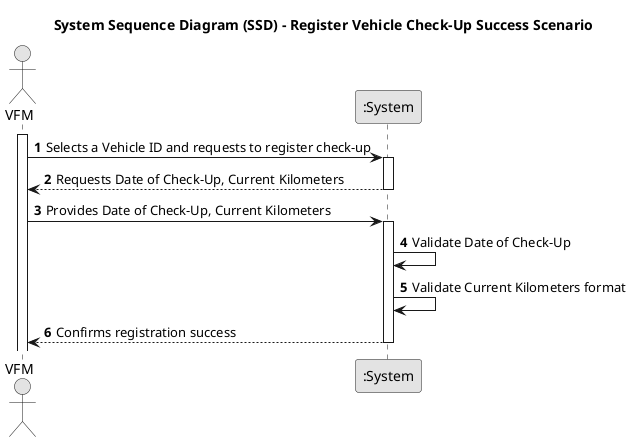
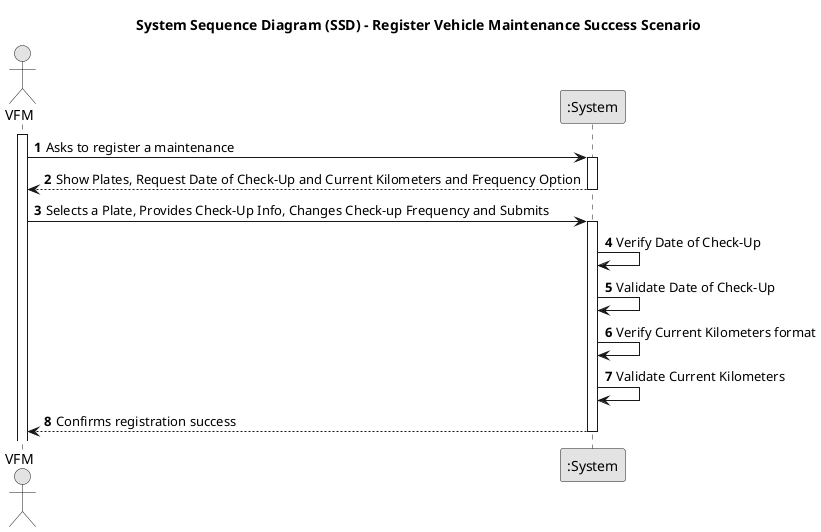
@startuml
skinparam monochrome true
skinparam packageStyle rectangle
skinparam shadowing false

- title System Sequence Diagram (SSD) - Register Vehicle Check-Up Success Scenario
+ title System Sequence Diagram (SSD) - Register Vehicle Maintenance Success Scenario

autonumber

actor "VFM" as FleetManager
participant ":System" as System

activate FleetManager

-     FleetManager -> System : Selects a Vehicle ID and requests to register check-up
+     FleetManager -> System : Asks to register a maintenance
    activate System

-     System --> FleetManager : Requests Date of Check-Up, Current Kilometers
+     System --> FleetManager : Show Plates, Request Date of Check-Up and Current Kilometers and Frequency Option
    deactivate System

-     FleetManager -> System : Provides Date of Check-Up, Current Kilometers
+     FleetManager -> System : Selects a Plate, Provides Check-Up Info, Changes Check-up Frequency and Submits
    activate System

+         System -> System : Verify Date of Check-Up
        System -> System : Validate Date of Check-Up
-         System -> System : Validate Current Kilometers format
+         System -> System : Verify Current Kilometers format
+         System -> System : Validate Current Kilometers

        System --> FleetManager : Confirms registration success
    deactivate System

@enduml
